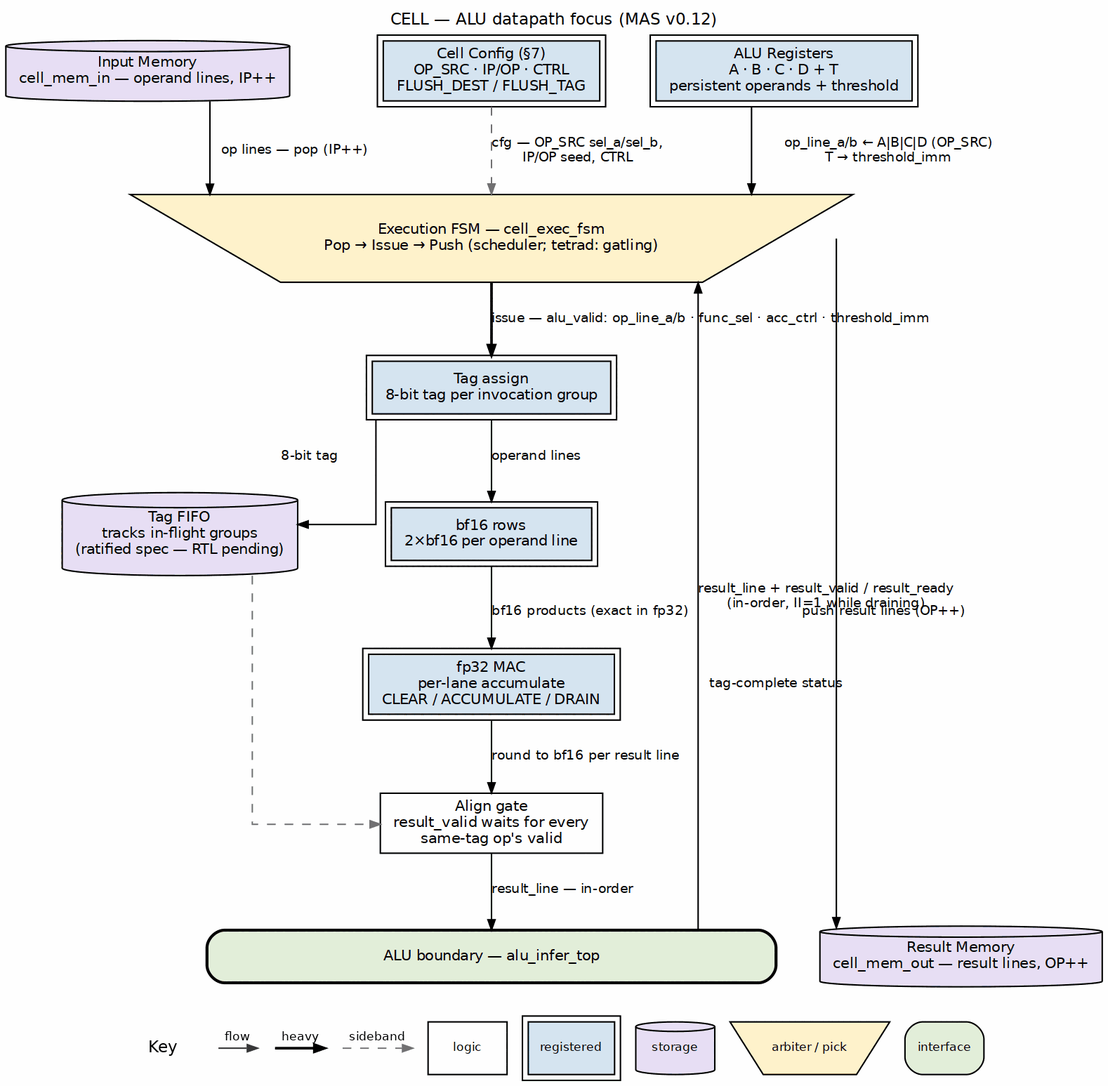
Above: projects/components/compute-eng-ip/cell/docs/cell_mas/assets/graphviz/03_alu_datapath.png in sean-galloway/RTLDesignSherpa (Graphviz), before the change. Its source is kept beside it as projects/components/compute-eng-ip/cell/docs/cell_mas/assets/graphviz/03_alu_datapath.dot.
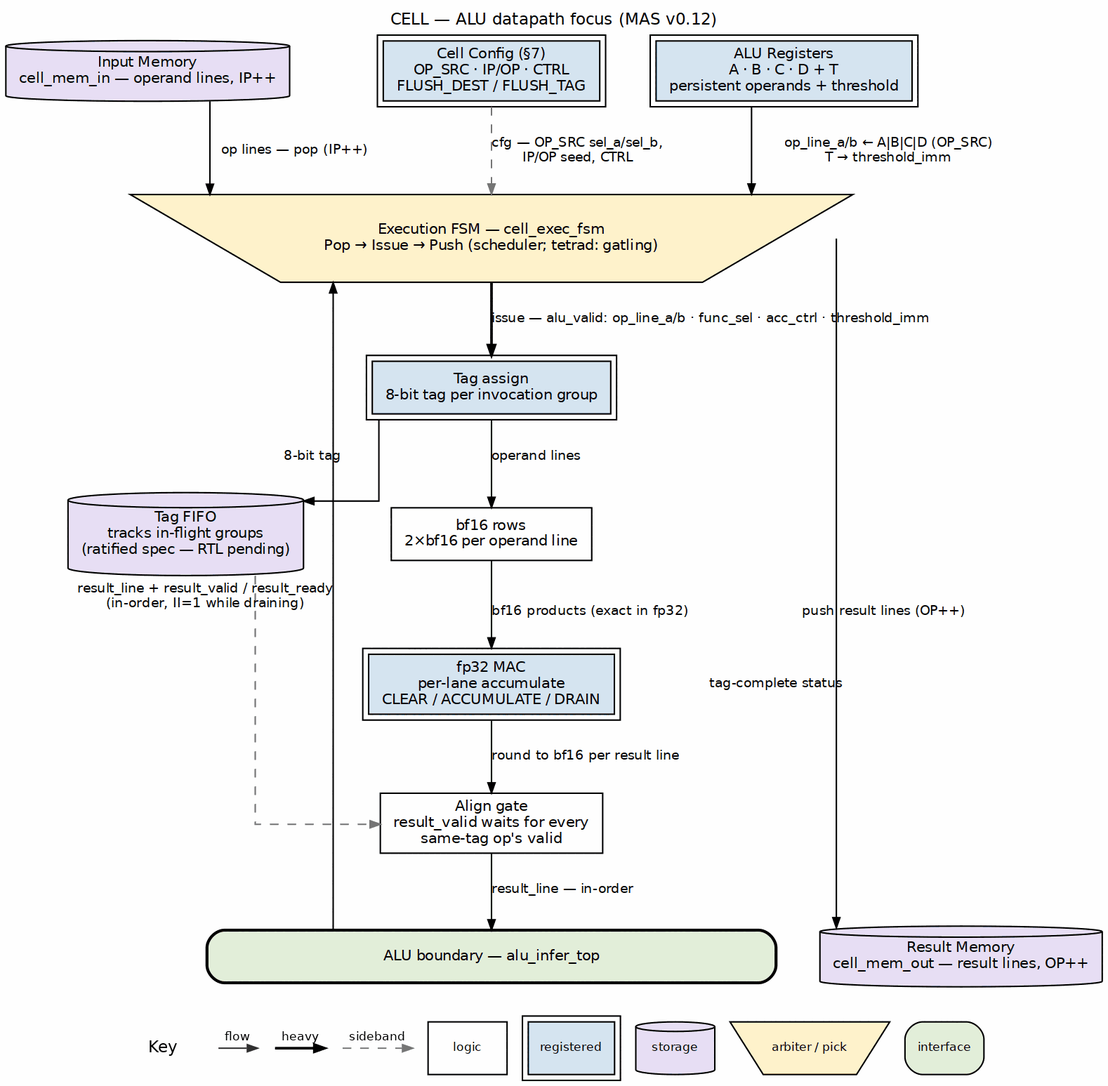
After the commit.

Diff of the diagram source:
```diff
@@ -15,7 +15,7 @@
        label="Execution FSM — cell_exec_fsm\nPop → Issue → Push (scheduler; tetrad: gatling)", style="filled", fillcolor="#FFF2CC"];
 
   tagassign [group="C", label="Tag assign\n8-bit tag per invocation group", peripheries=2, style="filled", fillcolor="#D6E4F0"];
-  rows      [group="C", label="bf16 rows\n2×bf16 per operand line", peripheries=2, style="filled", fillcolor="#D6E4F0"];
+  rows      [group="C", label="bf16 rows\n2×bf16 per operand line", style="filled", fillcolor="white"];
   tagfifo   [group="L", label="Tag FIFO\ntracks in-flight groups\n(ratified spec — RTL pending)", shape=cylinder, style="filled", fillcolor="#E8DFF5"];
   mac       [group="C", label="fp32 MAC\nper-lane accumulate\nCLEAR / ACCUMULATE / DRAIN", peripheries=2, style="filled", fillcolor="#D6E4F0"];
   align     [group="C", label="Align gate\nresult_valid waits for every\nsame-tag op's valid", style="filled", fillcolor="white"];
```
